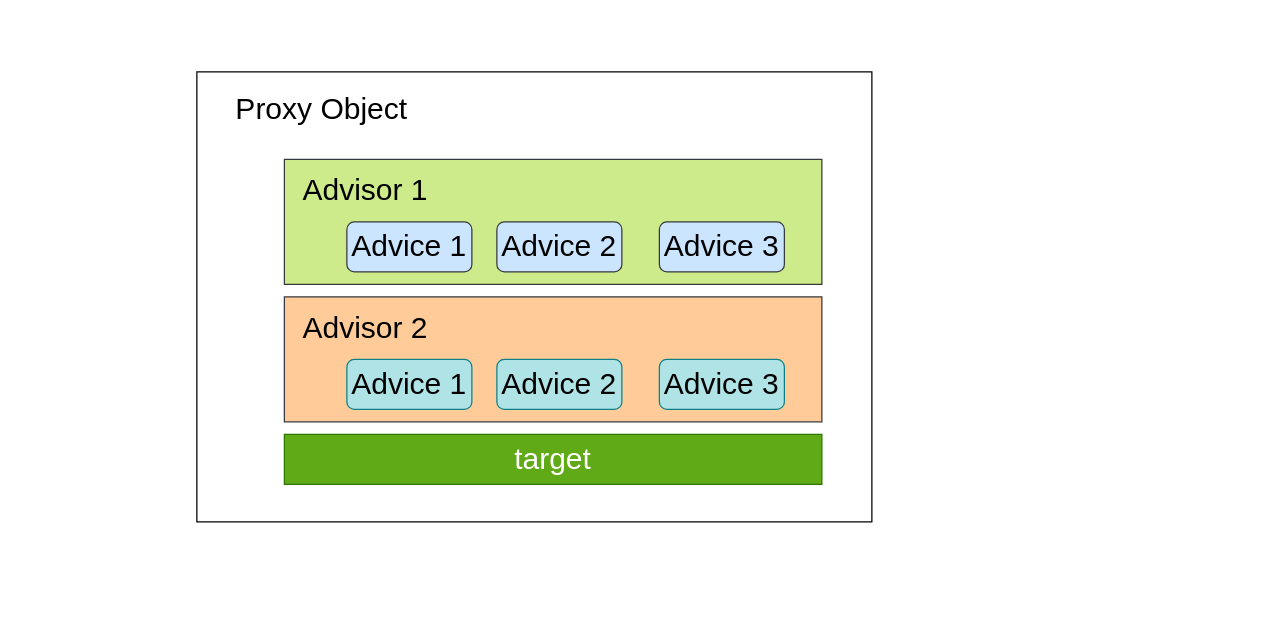
The draw.io diagram spring/spring-aop-1.drawio in GitHeP/diagrams, before the edit. Source tidied: cells renumbered, new cells numbered last; positions are measured from the earlier drawing's top-left corner, leaving out a move shared by most shapes. Both pictures are drawn from the tidied source at 125%, with x=0, y=0 at pixel (196, 71).
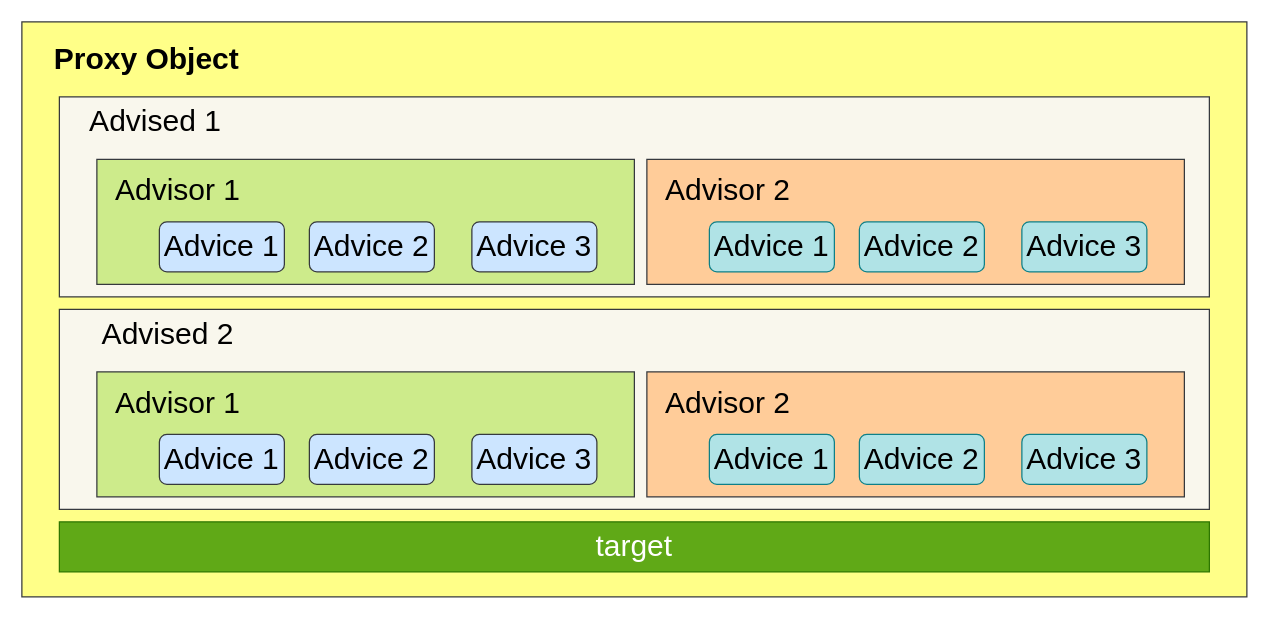
After the change.

Change to the diagram source:
```diff
@@
-    <mxCell id="2" style="rounded=0;whiteSpace=wrap;html=1;fontSize=24;" parent="1" vertex="1">
-      <mxGeometry width="540" height="360" as="geometry" />
-    </mxCell>
+    <mxCell id="15" style="rounded=0;whiteSpace=wrap;html=1;fontSize=24;fillColor=#ffff88;strokeColor=#36393d;" parent="1" vertex="1">
+      <mxGeometry x="-140" y="-40" width="980" height="460" as="geometry" />
+    </mxCell>
     <mxCell id="3" value="&lt;font style=&quot;font-size: 24px;&quot;&gt;target&lt;/font&gt;" style="rounded=0;whiteSpace=wrap;html=1;fillColor=#60a917;fontColor=#ffffff;strokeColor=#2D7600;" parent="1" vertex="1">
-      <mxGeometry x="70" y="290" width="430" height="40" as="geometry" />
+      <mxGeometry x="-110" y="360" width="920" height="40" as="geometry" />
     </mxCell>
-    <mxCell id="4" style="rounded=0;whiteSpace=wrap;html=1;fontSize=24;fillColor=#ffcc99;strokeColor=#36393d;" parent="1" vertex="1">
-      <mxGeometry x="70" y="180" width="430" height="100" as="geometry" />
-    </mxCell>
-    <mxCell id="5" value="Advisor 2" style="text;html=1;strokeColor=none;fillColor=none;align=center;verticalAlign=middle;whiteSpace=wrap;rounded=0;fontSize=24;" parent="1" vertex="1">
-      <mxGeometry x="80" y="190" width="110" height="30" as="geometry" />
-    </mxCell>
-    <mxCell id="6" value="Advice 1" style="rounded=1;whiteSpace=wrap;html=1;fontSize=24;fillColor=#b0e3e6;strokeColor=#0e8088;" parent="1" vertex="1">
-      <mxGeometry x="120" y="230" width="100" height="40" as="geometry" />
-    </mxCell>
-    <mxCell id="7" value="Advice 2" style="rounded=1;whiteSpace=wrap;html=1;fontSize=24;fillColor=#b0e3e6;strokeColor=#0e8088;" parent="1" vertex="1">
-      <mxGeometry x="240" y="230" width="100" height="40" as="geometry" />
-    </mxCell>
-    <mxCell id="8" value="Advice 3" style="rounded=1;whiteSpace=wrap;html=1;fontSize=24;fillColor=#b0e3e6;strokeColor=#0e8088;" parent="1" vertex="1">
-      <mxGeometry x="370" y="230" width="100" height="40" as="geometry" />
-    </mxCell>
+    <mxCell id="16" style="rounded=0;whiteSpace=wrap;html=1;fontSize=24;fillColor=#f9f7ed;strokeColor=#36393d;" parent="1" vertex="1">
+      <mxGeometry x="-110" y="20" width="920" height="160" as="geometry" />
+    </mxCell>
     <mxCell id="9" style="rounded=0;whiteSpace=wrap;html=1;fontSize=24;fillColor=#cdeb8b;strokeColor=#36393d;" parent="1" vertex="1">
-      <mxGeometry x="70" y="70" width="430" height="100" as="geometry" />
+      <mxGeometry x="-80" y="70" width="430" height="100" as="geometry" />
     </mxCell>
     <mxCell id="10" value="Advisor 1" style="text;html=1;strokeColor=none;fillColor=none;align=center;verticalAlign=middle;whiteSpace=wrap;rounded=0;fontSize=24;" parent="1" vertex="1">
-      <mxGeometry x="80" y="80" width="110" height="30" as="geometry" />
+      <mxGeometry x="-70" y="80" width="110" height="30" as="geometry" />
     </mxCell>
     <mxCell id="11" value="Advice 1" style="rounded=1;whiteSpace=wrap;html=1;fontSize=24;fillColor=#cce5ff;strokeColor=#36393d;" parent="1" vertex="1">
-      <mxGeometry x="120" y="120" width="100" height="40" as="geometry" />
+      <mxGeometry x="-30" y="120" width="100" height="40" as="geometry" />
     </mxCell>
     <mxCell id="12" value="Advice 2" style="rounded=1;whiteSpace=wrap;html=1;fontSize=24;fillColor=#cce5ff;strokeColor=#36393d;" parent="1" vertex="1">
-      <mxGeometry x="240" y="120" width="100" height="40" as="geometry" />
+      <mxGeometry x="90" y="120" width="100" height="40" as="geometry" />
     </mxCell>
     <mxCell id="13" value="Advice 3" style="rounded=1;whiteSpace=wrap;html=1;fontSize=24;fillColor=#cce5ff;strokeColor=#36393d;" parent="1" vertex="1">
-      <mxGeometry x="370" y="120" width="100" height="40" as="geometry" />
+      <mxGeometry x="220" y="120" width="100" height="40" as="geometry" />
     </mxCell>
-    <mxCell id="14" value="Proxy Object" style="text;html=1;strokeColor=none;fillColor=none;align=center;verticalAlign=middle;whiteSpace=wrap;rounded=0;fontSize=24;" parent="1" vertex="1">
-      <mxGeometry x="10" y="10" width="180" height="40" as="geometry" />
+    <mxCell id="14" value="&lt;b&gt;Proxy Object&lt;/b&gt;" style="text;html=1;strokeColor=none;fillColor=none;align=center;verticalAlign=middle;whiteSpace=wrap;rounded=0;fontSize=24;" parent="1" vertex="1">
+      <mxGeometry x="-130" y="-30" width="180" height="40" as="geometry" />
     </mxCell>
+    <mxCell id="17" value="Advised 1" style="text;html=1;strokeColor=none;fillColor=none;align=center;verticalAlign=middle;whiteSpace=wrap;rounded=0;fontSize=24;" parent="1" vertex="1">
+      <mxGeometry x="-96" y="20" width="126" height="40" as="geometry" />
+    </mxCell>
+    <mxCell id="4" style="rounded=0;whiteSpace=wrap;html=1;fontSize=24;fillColor=#ffcc99;strokeColor=#36393d;" parent="1" vertex="1">
+      <mxGeometry x="360" y="70" width="430" height="100" as="geometry" />
+    </mxCell>
+    <mxCell id="5" value="Advisor 2" style="text;html=1;strokeColor=none;fillColor=none;align=center;verticalAlign=middle;whiteSpace=wrap;rounded=0;fontSize=24;" parent="1" vertex="1">
+      <mxGeometry x="370" y="80" width="110" height="30" as="geometry" />
+    </mxCell>
+    <mxCell id="6" value="Advice 1" style="rounded=1;whiteSpace=wrap;html=1;fontSize=24;fillColor=#b0e3e6;strokeColor=#0e8088;" parent="1" vertex="1">
+      <mxGeometry x="410" y="120" width="100" height="40" as="geometry" />
+    </mxCell>
+    <mxCell id="7" value="Advice 2" style="rounded=1;whiteSpace=wrap;html=1;fontSize=24;fillColor=#b0e3e6;strokeColor=#0e8088;" parent="1" vertex="1">
+      <mxGeometry x="530" y="120" width="100" height="40" as="geometry" />
+    </mxCell>
+    <mxCell id="8" value="Advice 3" style="rounded=1;whiteSpace=wrap;html=1;fontSize=24;fillColor=#b0e3e6;strokeColor=#0e8088;" parent="1" vertex="1">
+      <mxGeometry x="660" y="120" width="100" height="40" as="geometry" />
+    </mxCell>
+    <mxCell id="18" style="rounded=0;whiteSpace=wrap;html=1;fontSize=24;fillColor=#f9f7ed;strokeColor=#36393d;" parent="1" vertex="1">
+      <mxGeometry x="-110" y="190" width="920" height="160" as="geometry" />
+    </mxCell>
+    <mxCell id="19" style="rounded=0;whiteSpace=wrap;html=1;fontSize=24;fillColor=#cdeb8b;strokeColor=#36393d;" parent="1" vertex="1">
+      <mxGeometry x="-80" y="240" width="430" height="100" as="geometry" />
+    </mxCell>
+    <mxCell id="20" value="Advisor 1" style="text;html=1;strokeColor=none;fillColor=none;align=center;verticalAlign=middle;whiteSpace=wrap;rounded=0;fontSize=24;" parent="1" vertex="1">
+      <mxGeometry x="-70" y="250" width="110" height="30" as="geometry" />
+    </mxCell>
+    <mxCell id="21" value="Advice 1" style="rounded=1;whiteSpace=wrap;html=1;fontSize=24;fillColor=#cce5ff;strokeColor=#36393d;" parent="1" vertex="1">
+      <mxGeometry x="-30" y="290" width="100" height="40" as="geometry" />
+    </mxCell>
+    <mxCell id="22" value="Advice 2" style="rounded=1;whiteSpace=wrap;html=1;fontSize=24;fillColor=#cce5ff;strokeColor=#36393d;" parent="1" vertex="1">
+      <mxGeometry x="90" y="290" width="100" height="40" as="geometry" />
+    </mxCell>
+    <mxCell id="23" value="Advice 3" style="rounded=1;whiteSpace=wrap;html=1;fontSize=24;fillColor=#cce5ff;strokeColor=#36393d;" parent="1" vertex="1">
+      <mxGeometry x="220" y="290" width="100" height="40" as="geometry" />
+    </mxCell>
+    <mxCell id="24" value="Advised 2" style="text;html=1;strokeColor=none;fillColor=none;align=center;verticalAlign=middle;whiteSpace=wrap;rounded=0;fontSize=24;" parent="1" vertex="1">
+      <mxGeometry x="-96" y="190" width="146" height="40" as="geometry" />
+    </mxCell>
+    <mxCell id="25" style="rounded=0;whiteSpace=wrap;html=1;fontSize=24;fillColor=#ffcc99;strokeColor=#36393d;" parent="1" vertex="1">
+      <mxGeometry x="360" y="240" width="430" height="100" as="geometry" />
+    </mxCell>
+    <mxCell id="26" value="Advisor 2" style="text;html=1;strokeColor=none;fillColor=none;align=center;verticalAlign=middle;whiteSpace=wrap;rounded=0;fontSize=24;" parent="1" vertex="1">
+      <mxGeometry x="370" y="250" width="110" height="30" as="geometry" />
+    </mxCell>
+    <mxCell id="27" value="Advice 1" style="rounded=1;whiteSpace=wrap;html=1;fontSize=24;fillColor=#b0e3e6;strokeColor=#0e8088;" parent="1" vertex="1">
+      <mxGeometry x="410" y="290" width="100" height="40" as="geometry" />
+    </mxCell>
+    <mxCell id="28" value="Advice 2" style="rounded=1;whiteSpace=wrap;html=1;fontSize=24;fillColor=#b0e3e6;strokeColor=#0e8088;" parent="1" vertex="1">
+      <mxGeometry x="530" y="290" width="100" height="40" as="geometry" />
+    </mxCell>
+    <mxCell id="29" value="Advice 3" style="rounded=1;whiteSpace=wrap;html=1;fontSize=24;fillColor=#b0e3e6;strokeColor=#0e8088;" parent="1" vertex="1">
+      <mxGeometry x="660" y="290" width="100" height="40" as="geometry" />
+    </mxCell>
```
